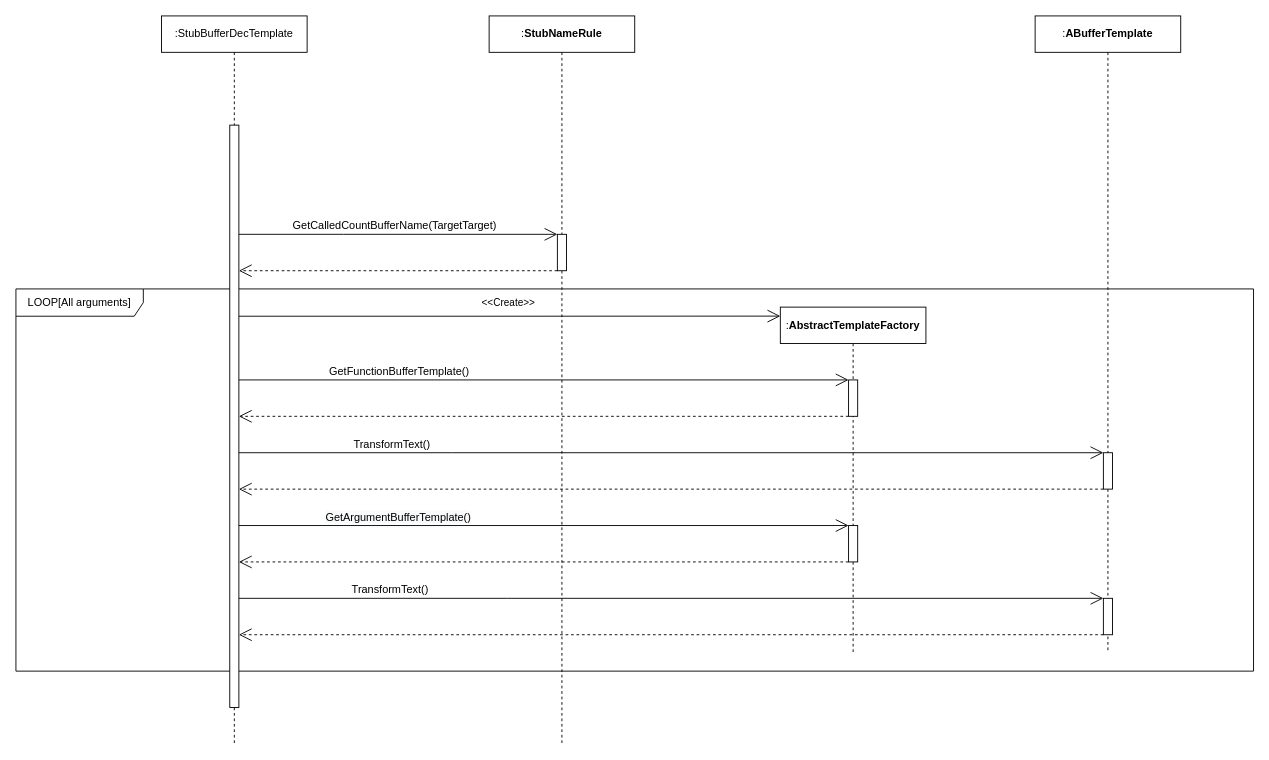
Above: page "StubBufferDecTemplate(シーケンス)" (7 of 9) of doc/design/AutoTestPrep_StubCodeGenerator.drawio in CountrySideEngineer/AutoTestPrep (draw.io), before the change. Source tidied: cells renumbered, new cells numbered last; positions are measured from the earlier drawing's top-left corner, leaving out a move shared by most shapes. Both pictures are drawn from the tidied source at 91%, with x=0, y=0 at pixel (15, 15).
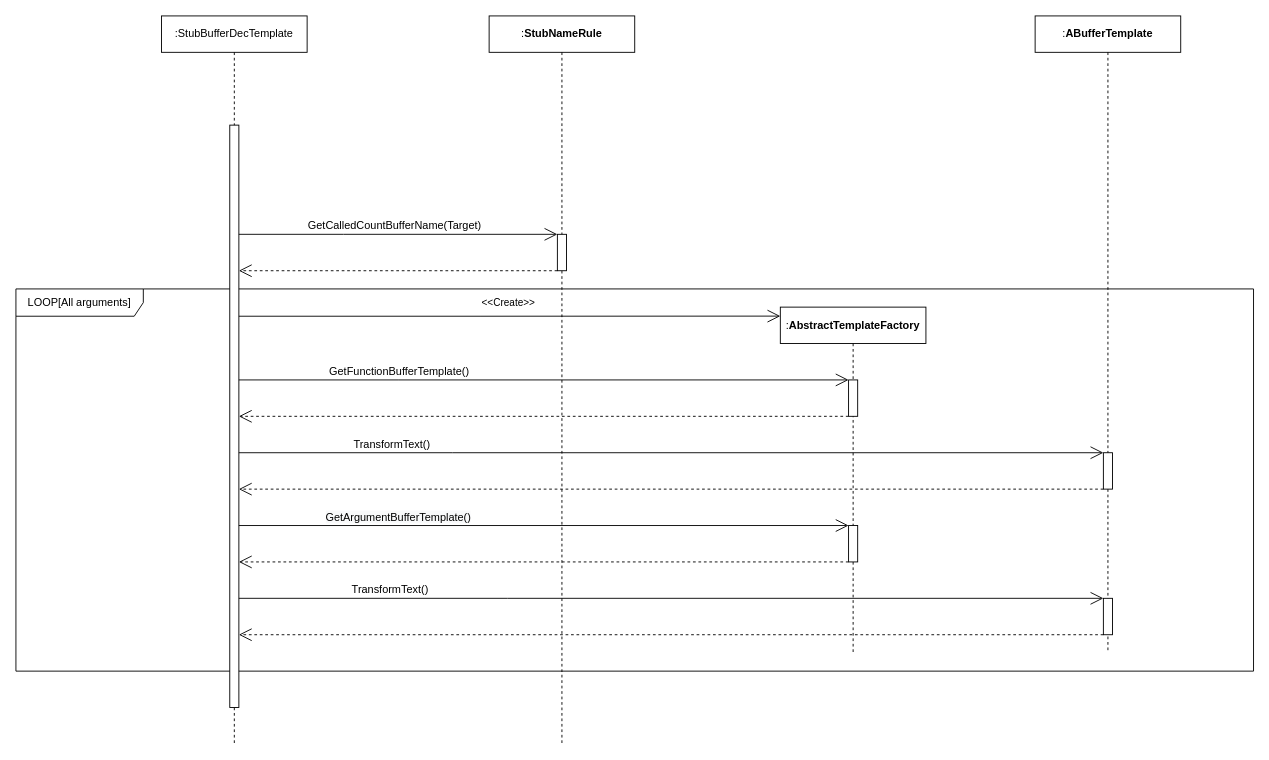
The same diagram, later.

Unchanged cells that the change refers to:
```xml
<mxCell id="8" style="edgeStyle=orthogonalEdgeStyle;rounded=0;jettySize=auto;html=1;endArrow=open;endFill=0;endSize=12;" parent="1" edge="1" source="4" target="6">
  <mxGeometry relative="1" as="geometry">
    <Array as="points">
      <mxPoint x="360" y="240" />
      <mxPoint x="360" y="240" />
    </Array>
  </mxGeometry>
</mxCell>
```

The edit, as a diff of the source:
```diff
@@
-    <mxCell id="9" value="GetCalledCountBufferName(TargetTarget)" style="text;html=1;align=center;verticalAlign=middle;labelBackgroundColor=#ffffff;" parent="8" vertex="1">
+    <mxCell id="9" value="GetCalledCountBufferName(Target)" style="text;html=1;align=center;verticalAlign=middle;labelBackgroundColor=#ffffff;" parent="8" vertex="1">
       <mxGeometry x="0.77" y="-167" relative="1" as="geometry">
         <mxPoint x="-139.9" y="-176.9" as="offset" />
       </mxGeometry>
     </mxCell>
```
